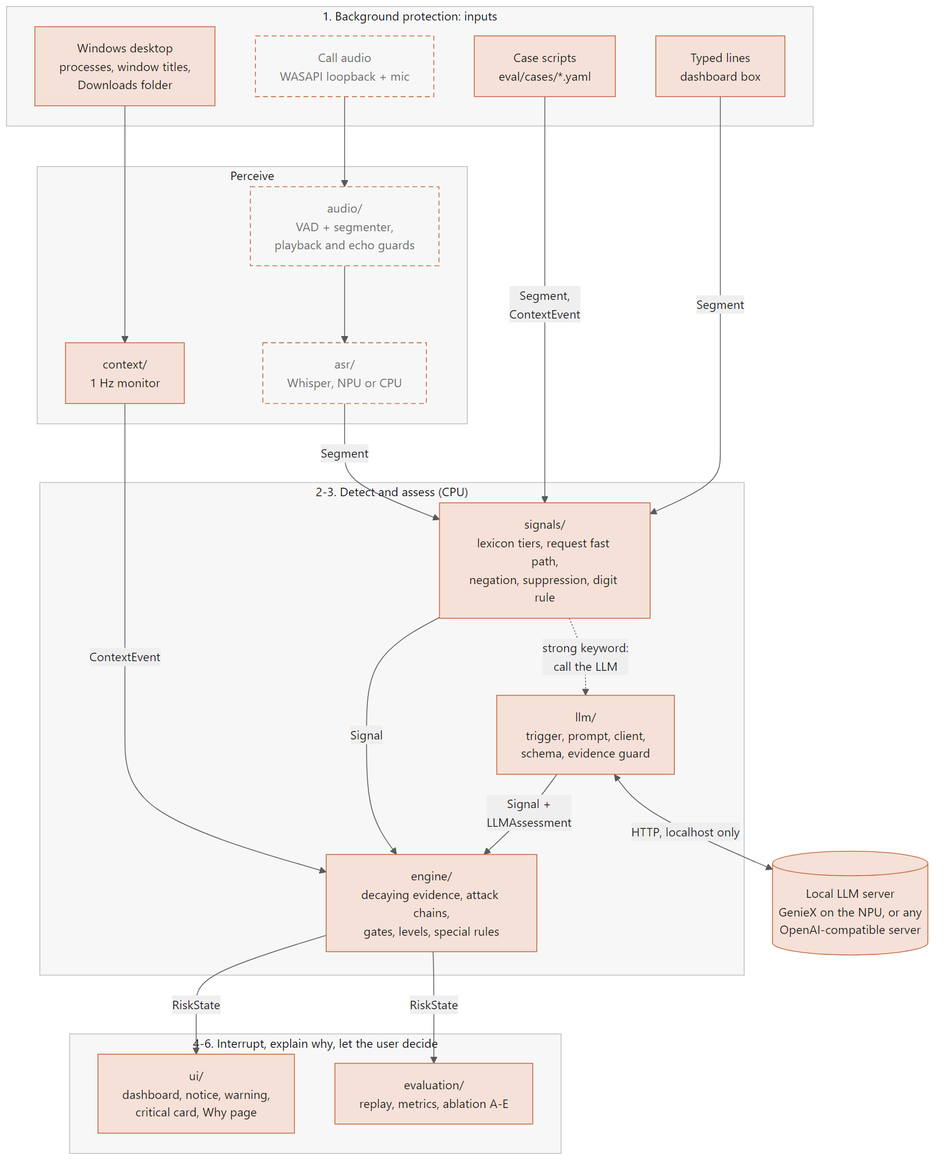
Above: docs/images/architecture.png in devansh7439/Chaukas (Mermaid), before the change. Its source is kept beside it as docs/diagrams/architecture.mmd. The source it was exported from:
```mermaid
flowchart TB
    subgraph IN["1. Background protection: inputs"]
        direction LR
        AUD["Call audio<br/>WASAPI loopback + mic"]:::planned
        CASE["Case scripts<br/>eval/cases/*.yaml"]
        TYPED["Typed lines<br/>dashboard box"]
        DESK["Windows desktop<br/>processes, window titles,<br/>Downloads folder"]
    end

    subgraph PERCEIVE["Perceive"]
        direction LR
        VAD["audio/<br/>VAD + segmenter,<br/>playback and echo guards"]:::planned
        ASR["asr/<br/>Whisper, NPU or CPU"]:::planned
        CTX["context/<br/>1 Hz monitor"]
    end

    subgraph DETECT["2-3. Detect and assess (CPU)"]
        direction LR
        SIG["signals/<br/>lexicon tiers, request fast path,<br/>negation, suppression, digit rule"]
        LLM["llm/<br/>trigger, prompt, client,<br/>schema, evidence guard"]
        ENG["engine/<br/>decaying evidence, attack chains,<br/>gates, levels, special rules"]
    end

    MODEL[("Local LLM server<br/>GenieX on the NPU, or any<br/>OpenAI-compatible server")]

    subgraph ACT["4-6. Interrupt, explain why, let the user decide"]
        direction LR
        UI["ui/<br/>dashboard, notice, warning,<br/>critical card, Why page"]
        EVAL["evaluation/<br/>replay, metrics, ablation A-E"]
    end

    AUD --> VAD --> ASR
    ASR -- Segment --> SIG
    CASE -- "Segment,<br/>ContextEvent" --> SIG
    TYPED -- Segment --> SIG
    DESK --> CTX
    CTX -- ContextEvent --> ENG
    SIG -- Signal --> ENG
    SIG -. "strong keyword:<br/>call the LLM" .-> LLM
    LLM <-- "HTTP, localhost only" --> MODEL
    LLM -- "Signal +<br/>LLMAssessment" --> ENG
    ENG -- RiskState --> UI
    ENG -- RiskState --> EVAL

    classDef planned stroke-dasharray: 6 4,fill:#F7F7F7,color:#6B6B6B
```
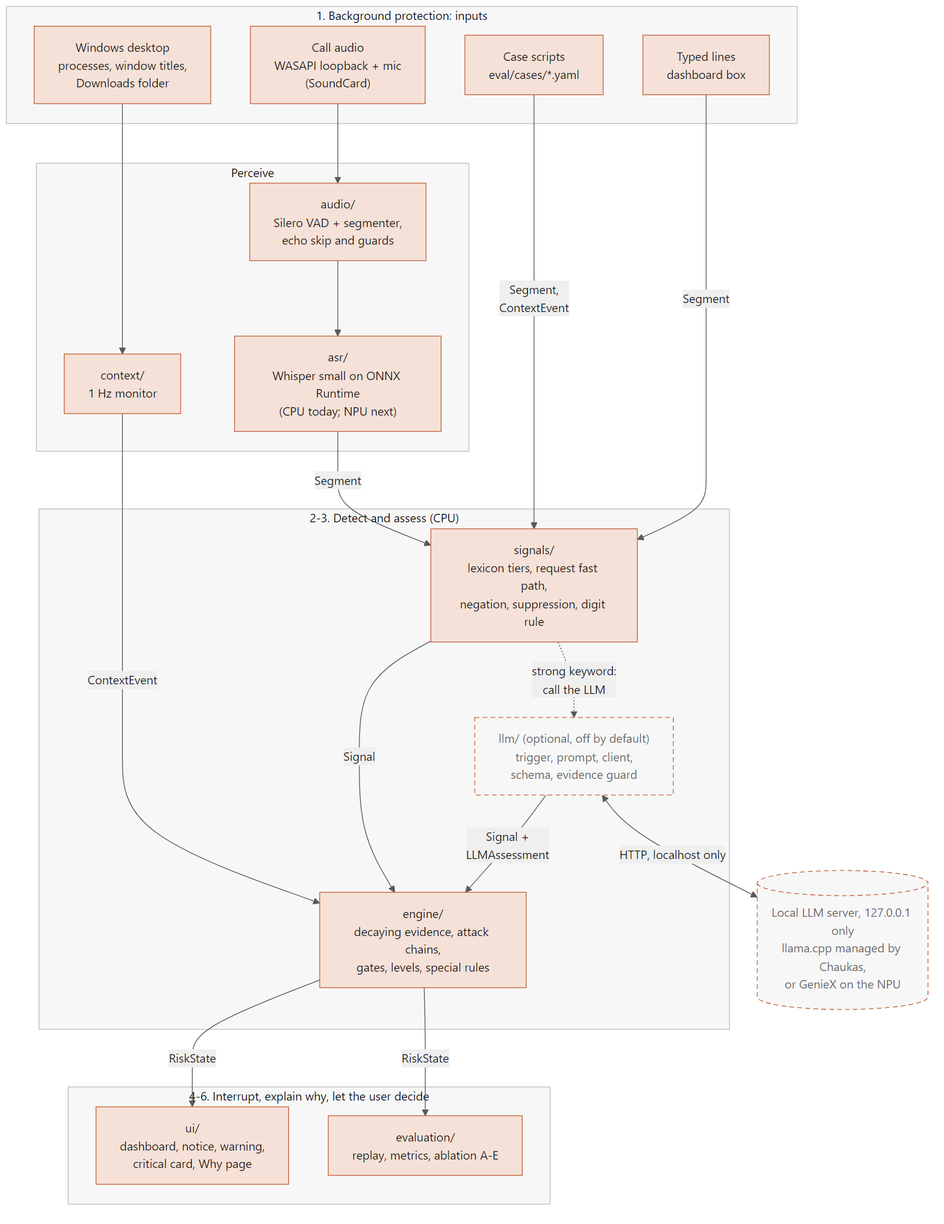
Above is the later version.

Commit message:
docs: README, architecture and data model brought up to date; live mode refuses LLM configs

Change to the diagram source:
```diff
@@ -1,7 +1,7 @@
 flowchart TB
     subgraph IN["1. Background protection: inputs"]
         direction LR
-        AUD["Call audio<br/>WASAPI loopback + mic"]:::planned
+        AUD["Call audio<br/>WASAPI loopback + mic<br/>(SoundCard)"]
         CASE["Case scripts<br/>eval/cases/*.yaml"]
         TYPED["Typed lines<br/>dashboard box"]
         DESK["Windows desktop<br/>processes, window titles,<br/>Downloads folder"]
@@ -9,19 +9,19 @@
 
     subgraph PERCEIVE["Perceive"]
         direction LR
-        VAD["audio/<br/>VAD + segmenter,<br/>playback and echo guards"]:::planned
-        ASR["asr/<br/>Whisper, NPU or CPU"]:::planned
+        VAD["audio/<br/>Silero VAD + segmenter,<br/>echo skip and guards"]
+        ASR["asr/<br/>Whisper small on ONNX Runtime<br/>(CPU today; NPU next)"]
         CTX["context/<br/>1 Hz monitor"]
     end
 
     subgraph DETECT["2-3. Detect and assess (CPU)"]
         direction LR
         SIG["signals/<br/>lexicon tiers, request fast path,<br/>negation, suppression, digit rule"]
-        LLM["llm/<br/>trigger, prompt, client,<br/>schema, evidence guard"]
+        LLM["llm/ (optional, off by default)<br/>trigger, prompt, client,<br/>schema, evidence guard"]:::optional
         ENG["engine/<br/>decaying evidence, attack chains,<br/>gates, levels, special rules"]
     end
 
-    MODEL[("Local LLM server<br/>GenieX on the NPU, or any<br/>OpenAI-compatible server")]
+    MODEL[("Local LLM server, 127.0.0.1 only<br/>llama.cpp managed by Chaukas,<br/>or GenieX on the NPU")]:::optional
 
     subgraph ACT["4-6. Interrupt, explain why, let the user decide"]
         direction LR
@@ -42,4 +42,4 @@
     ENG -- RiskState --> UI
     ENG -- RiskState --> EVAL
 
-    classDef planned stroke-dasharray: 6 4,fill:#F7F7F7,color:#6B6B6B
+    classDef optional stroke-dasharray: 6 4,fill:#F7F7F7,color:#6B6B6B
```
